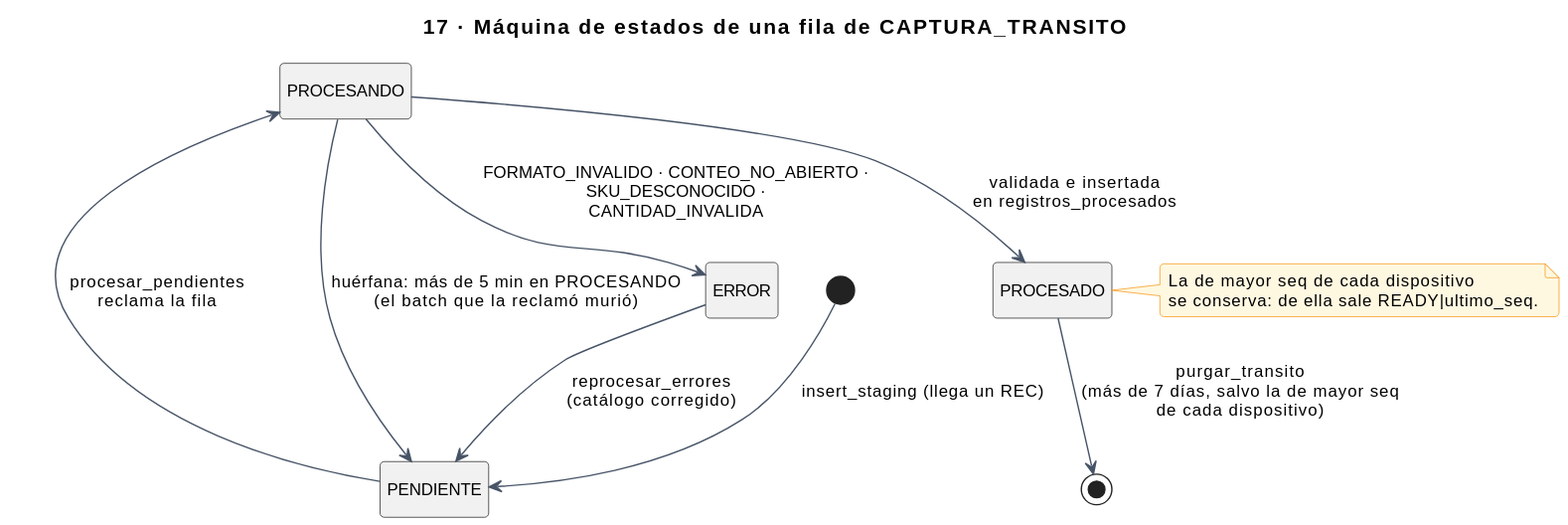
Before: docs/img/uml/17-estados-fila-transito.svg, a diagram exported from PlantUML (sebas-archive/kardex-bt).
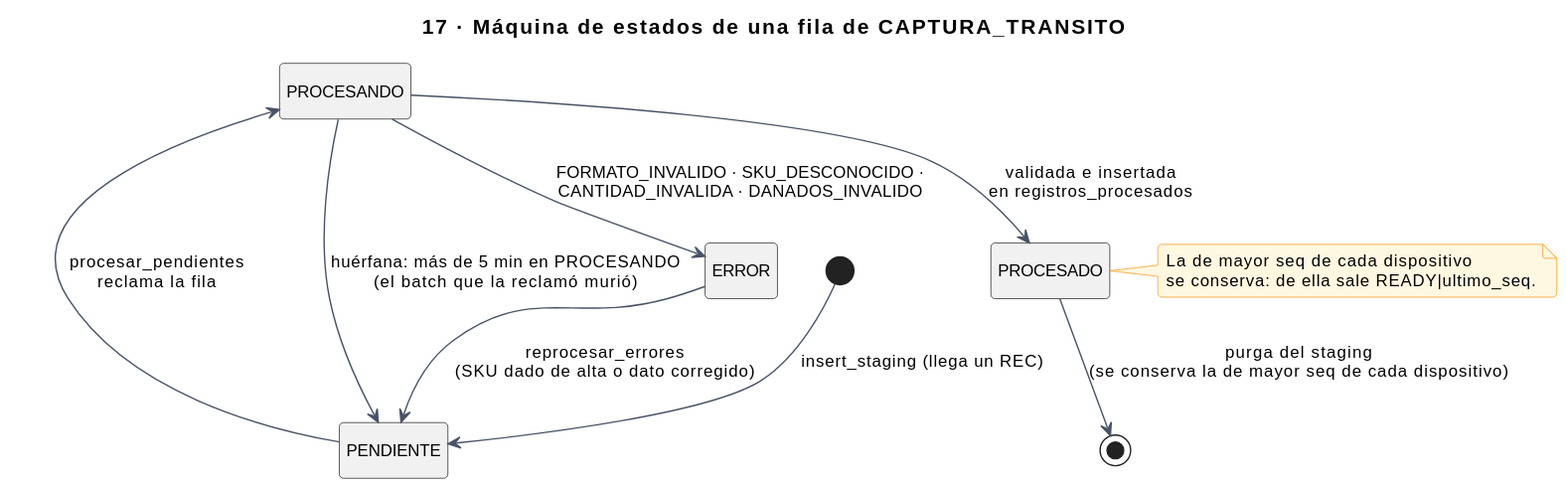
Above is the later version.

The edit, as a diff of the source:
```diff
@@ -6,10 +6,10 @@
 [*] --> PENDIENTE : insert_staging (llega un REC)
 PENDIENTE --> PROCESANDO : procesar_pendientes\nreclama la fila
 PROCESANDO --> PROCESADO : validada e insertada\nen registros_procesados
-PROCESANDO --> ERROR : FORMATO_INVALIDO · CONTEO_NO_ABIERTO ·\nSKU_DESCONOCIDO ·\nCANTIDAD_INVALIDA
+PROCESANDO --> ERROR : FORMATO_INVALIDO · SKU_DESCONOCIDO ·\nCANTIDAD_INVALIDA · DANADOS_INVALIDO
 PROCESANDO --> PENDIENTE : huérfana: más de 5 min en PROCESANDO\n(el batch que la reclamó murió)
-ERROR --> PENDIENTE : reprocesar_errores\n(catálogo corregido)
-PROCESADO --> [*] : purgar_transito\n(más de 7 días, salvo la de mayor seq\nde cada dispositivo)
+ERROR --> PENDIENTE : reprocesar_errores\n(SKU dado de alta o dato corregido)
+PROCESADO --> [*] : purga del staging\n(se conserva la de mayor seq de cada dispositivo)
 
 note right of PROCESADO
   La de mayor seq de cada dispositivo
```
